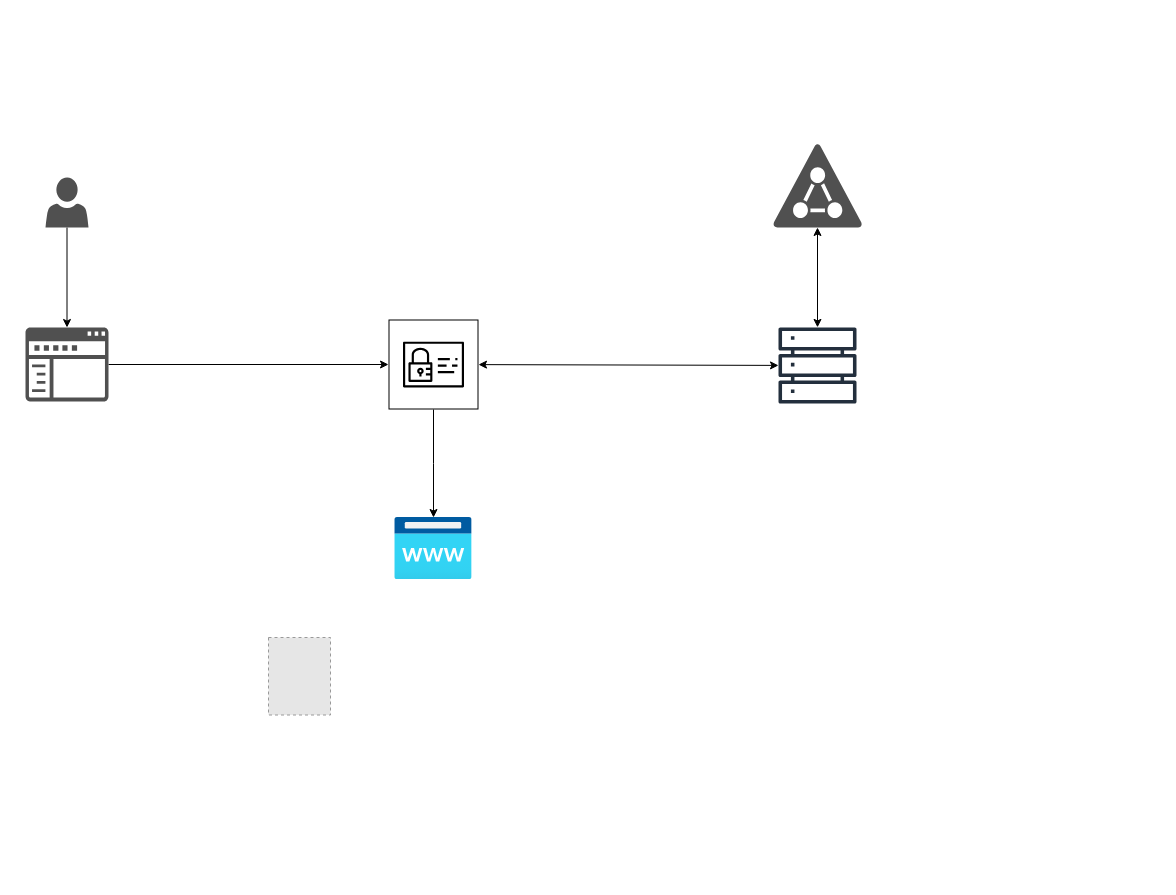
The draw.io diagram Diagrama sin título.drawio in fabianzunigarosales/diagramas, before the edit. Source tidied: cells renumbered, new cells numbered last; positions are measured from the earlier drawing's top-left corner, leaving out a move shared by most shapes. Both pictures are drawn from the tidied source at 100%, with x=0, y=0 at pixel (25, 143). Pictures stored in the file or linked from it are replaced by grey dashed boxes.
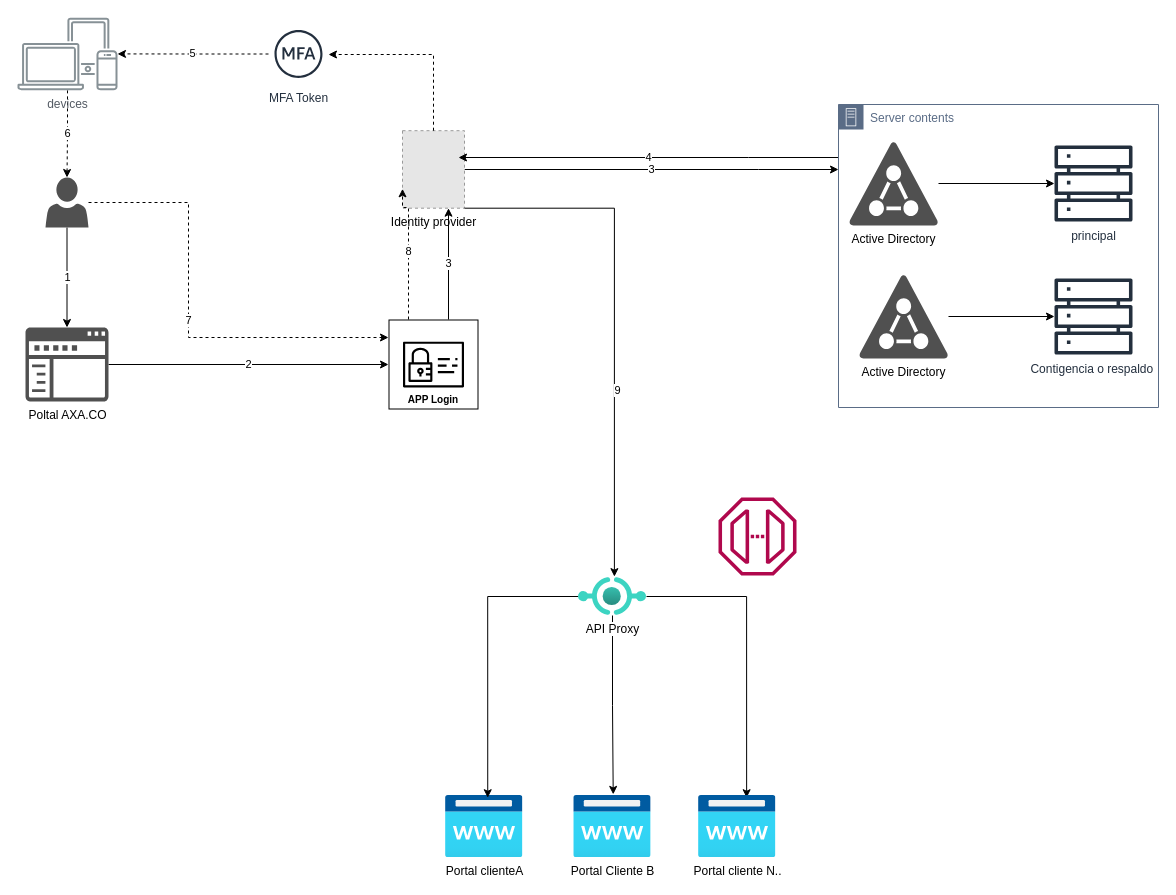
The same diagram, later.

Unchanged cells that the change refers to:
```xml
<mxCell id="6" style="sketch=0;shadow=0;dashed=0;html=1;strokeColor=none;labelPosition=center;verticalLabelPosition=bottom;verticalAlign=top;align=center;fillColor=#505050;shape=mxgraph.mscae.intune.account_portal;" parent="1" vertex="1">
  <mxGeometry x="20" y="34" width="43" height="50" as="geometry" />
</mxCell>
```

Diff of the diagram source:
```diff
@@
+    <mxCell id="14" value="3" style="edgeStyle=orthogonalEdgeStyle;rounded=0;jettySize=auto;html=1;" parent="1" edge="1" source="2" target="32">
+      <mxGeometry relative="1" as="geometry">
+        <Array as="points">
+          <mxPoint x="733" y="26" />
+          <mxPoint x="733" y="26" />
+        </Array>
+      </mxGeometry>
+    </mxCell>
+    <mxCell id="15" value="5" style="edgeStyle=orthogonalEdgeStyle;rounded=0;jettySize=auto;html=1;dashed=1;" parent="1" edge="1" source="31" target="23">
+      <mxGeometry relative="1" as="geometry" />
+    </mxCell>
-    <mxCell id="2" style="fillColor=#E6E6E6;strokeColor=#999999;dashed=1;html=1;verticalLabelPosition=bottom;labelBackgroundColor=#ffffff;verticalAlign=top;" parent="1" vertex="1">
-      <mxGeometry x="243" y="494" width="62" height="77.5" as="geometry" />
+    <mxCell id="2" value="Identity provider" style="fillColor=#E6E6E6;strokeColor=#999999;dashed=1;html=1;verticalLabelPosition=bottom;labelBackgroundColor=#ffffff;verticalAlign=top;" parent="1" vertex="1">
+      <mxGeometry x="377" y="-12.8" width="62" height="77.5" as="geometry" />
     </mxCell>
-    <mxCell id="3" style="edgeStyle=orthogonalEdgeStyle;rounded=0;jettySize=auto;html=1;" parent="1" edge="1" source="4" target="8">
+    <mxCell id="3" value="2" style="edgeStyle=orthogonalEdgeStyle;rounded=0;jettySize=auto;html=1;" parent="1" edge="1" source="4" target="8">
       <mxGeometry relative="1" as="geometry" />
     </mxCell>
-    <mxCell id="4" style="sketch=0;shadow=0;dashed=0;html=1;strokeColor=none;labelPosition=center;verticalLabelPosition=bottom;verticalAlign=top;align=center;fillColor=#505050;shape=mxgraph.mscae.intune.company_portal;" parent="1" vertex="1">
+    <mxCell id="4" value="Poltal AXA.CO" style="sketch=0;shadow=0;dashed=0;html=1;strokeColor=none;labelPosition=center;verticalLabelPosition=bottom;verticalAlign=top;align=center;fillColor=#505050;shape=mxgraph.mscae.intune.company_portal;" parent="1" vertex="1">
       <mxGeometry y="184" width="83" height="74" as="geometry" />
     </mxCell>
-    <mxCell id="5" style="edgeStyle=orthogonalEdgeStyle;rounded=0;jettySize=auto;html=1;entryX=0.5;entryY=0;entryDx=0;entryDy=0;entryPerimeter=0;" parent="1" edge="1" source="6" target="4">
+    <mxCell id="5" value="1" style="edgeStyle=orthogonalEdgeStyle;rounded=0;jettySize=auto;html=1;entryX=0.5;entryY=0;entryDx=0;entryDy=0;entryPerimeter=0;" parent="1" edge="1" source="6" target="4">
       <mxGeometry relative="1" as="geometry" />
     </mxCell>
+    <mxCell id="16" value="7" style="edgeStyle=orthogonalEdgeStyle;rounded=0;jettySize=auto;html=1;dashed=1;" parent="1" edge="1" source="6" target="8">
+      <mxGeometry relative="1" as="geometry">
+        <Array as="points">
+          <mxPoint x="163" y="59" />
+          <mxPoint x="163" y="194" />
+        </Array>
+      </mxGeometry>
+    </mxCell>
@@
-    <mxCell id="7" style="edgeStyle=orthogonalEdgeStyle;rounded=0;jettySize=auto;html=1;" parent="1" edge="1" source="8" target="9">
-      <mxGeometry relative="1" as="geometry" />
-    </mxCell>
+    <mxCell id="17" value="3" style="edgeStyle=orthogonalEdgeStyle;rounded=0;jettySize=auto;html=1;" parent="1" edge="1" source="8" target="2">
+      <mxGeometry relative="1" as="geometry">
+        <Array as="points">
+          <mxPoint x="423" y="124" />
+          <mxPoint x="423" y="124" />
+        </Array>
+      </mxGeometry>
+    </mxCell>
+    <mxCell id="18" value="8" style="edgeStyle=orthogonalEdgeStyle;rounded=0;jettySize=auto;html=1;dashed=1;entryX=0;entryY=0.75;entryDx=0;entryDy=0;" parent="1" edge="1" source="8" target="2">
+      <mxGeometry relative="1" as="geometry">
+        <Array as="points">
+          <mxPoint x="383" y="64" />
+          <mxPoint x="377" y="64" />
+        </Array>
+      </mxGeometry>
+    </mxCell>
+    <mxCell id="19" style="edgeStyle=orthogonalEdgeStyle;rounded=0;jettySize=auto;html=1;entryX=0.528;entryY=-0.023;entryDx=0;entryDy=0;entryPerimeter=0;exitX=1;exitY=1;exitDx=0;exitDy=0;" parent="1" edge="1" source="2" target="27">
+      <mxGeometry relative="1" as="geometry">
+        <Array as="points">
+          <mxPoint x="589" y="65" />
+        </Array>
+      </mxGeometry>
+    </mxCell>
+    <mxCell id="20" value="9" style="edgeLabel;html=1;align=center;verticalAlign=middle;" parent="19" vertex="1">
+      <mxGeometry x="0.28" y="3" relative="1" as="geometry" />
+    </mxCell>
-    <mxCell id="8" style="sketch=0;outlineConnect=0;fillColor=none;dashed=0;verticalLabelPosition=middle;verticalAlign=bottom;align=center;html=1;whiteSpace=wrap;fontSize=10;fontStyle=1;spacing=3;shape=mxgraph.aws4.productIcon;prIcon=mxgraph.aws4.identity_and_access_management;" parent="1" vertex="1">
+    <mxCell id="8" value="APP Login" style="sketch=0;outlineConnect=0;fillColor=none;dashed=0;verticalLabelPosition=middle;verticalAlign=bottom;align=center;html=1;whiteSpace=wrap;fontSize=10;fontStyle=1;spacing=3;shape=mxgraph.aws4.productIcon;prIcon=mxgraph.aws4.identity_and_access_management;" parent="1" vertex="1">
       <mxGeometry x="363" y="176" width="90" height="90" as="geometry" />
     </mxCell>
-    <mxCell id="9" style="image;html=1;points=[];align=center;fontSize=12;image=img/lib/azure2/app_services/App_Service_Domains.svg;imageBackground=none;" parent="1" vertex="1">
-      <mxGeometry x="369.2" y="374" width="77.5" height="62" as="geometry" />
+    <mxCell id="9" value="Portal clienteA" style="image;html=1;points=[];align=center;fontSize=12;image=img/lib/azure2/app_services/App_Service_Domains.svg;imageBackground=none;" parent="1" vertex="1">
+      <mxGeometry x="420" y="652" width="77.5" height="62" as="geometry" />
     </mxCell>
-    <mxCell id="10" style="sketch=0;shadow=0;dashed=0;html=1;strokeColor=none;fillColor=#505050;labelPosition=center;verticalLabelPosition=bottom;verticalAlign=top;outlineConnect=0;align=center;shape=mxgraph.office.security.active_directory;" parent="1" vertex="1">
-      <mxGeometry x="747" width="90" height="84" as="geometry" />
-    </mxCell>
-    <mxCell id="11" style="sketch=0;outlineConnect=0;fontColor=#232F3E;gradientColor=none;fillColor=#232F3D;strokeColor=none;dashed=0;verticalLabelPosition=bottom;verticalAlign=top;align=center;html=1;fontSize=12;fontStyle=0;shape=mxgraph.aws4.servers;" parent="1" vertex="1">
-      <mxGeometry x="753" y="183" width="78" height="78" as="geometry" />
-    </mxCell>
-    <mxCell id="12" style="endArrow=classic;startArrow=classic;html=1;rounded=0;" parent="1" edge="1" source="11" target="10">
-      <mxGeometry relative="1" as="geometry" />
-    </mxCell>
-    <mxCell id="13" style="endArrow=classic;startArrow=classic;html=1;rounded=0;" parent="1" edge="1" source="8" target="11">
-      <mxGeometry relative="1" as="geometry" />
-    </mxCell>
+    <mxCell id="21" value="4" style="edgeStyle=orthogonalEdgeStyle;rounded=0;jettySize=auto;html=1;" parent="1" edge="1" source="32">
+      <mxGeometry relative="1" as="geometry">
+        <mxPoint x="433" y="14" as="targetPoint" />
+        <Array as="points">
+          <mxPoint x="723" y="14" />
+          <mxPoint x="723" y="14" />
+        </Array>
+      </mxGeometry>
+    </mxCell>
+    <mxCell id="22" value="6" style="edgeStyle=orthogonalEdgeStyle;rounded=0;jettySize=auto;html=1;entryX=0.5;entryY=0;entryDx=0;entryDy=0;entryPerimeter=0;dashed=1;" parent="1" edge="1" source="23" target="6">
+      <mxGeometry relative="1" as="geometry" />
+    </mxCell>
+    <mxCell id="23" value="devices" style="sketch=0;outlineConnect=0;gradientColor=none;fontColor=#545B64;strokeColor=none;fillColor=#879196;dashed=0;verticalLabelPosition=bottom;verticalAlign=top;align=center;html=1;fontSize=12;fontStyle=0;shape=mxgraph.aws4.illustration_devices;" parent="1" vertex="1">
+      <mxGeometry x="-8" y="-126" width="100" height="73" as="geometry" />
+    </mxCell>
+    <mxCell id="24" style="edgeStyle=orthogonalEdgeStyle;rounded=0;jettySize=auto;html=1;entryX=0.545;entryY=0.036;entryDx=0;entryDy=0;entryPerimeter=0;" parent="1" edge="1" source="27" target="9">
+      <mxGeometry relative="1" as="geometry" />
+    </mxCell>
+    <mxCell id="25" style="edgeStyle=orthogonalEdgeStyle;rounded=0;jettySize=auto;html=1;entryX=0.51;entryY=-0.018;entryDx=0;entryDy=0;entryPerimeter=0;" parent="1" edge="1" source="27" target="28">
+      <mxGeometry relative="1" as="geometry" />
+    </mxCell>
+    <mxCell id="26" style="edgeStyle=orthogonalEdgeStyle;rounded=0;jettySize=auto;html=1;entryX=0.621;entryY=0.036;entryDx=0;entryDy=0;entryPerimeter=0;" parent="1" edge="1" source="27" target="29">
+      <mxGeometry relative="1" as="geometry" />
+    </mxCell>
+    <mxCell id="27" value="API Proxy" style="image;html=1;points=[];align=center;fontSize=12;image=img/lib/azure2/other/API_Proxy.svg;" parent="1" vertex="1">
+      <mxGeometry x="553" y="434" width="68" height="38" as="geometry" />
+    </mxCell>
+    <mxCell id="28" value="Portal Cliente B" style="image;html=1;points=[];align=center;fontSize=12;image=img/lib/azure2/app_services/App_Service_Domains.svg;imageBackground=none;" parent="1" vertex="1">
+      <mxGeometry x="548.2" y="652" width="77.5" height="62" as="geometry" />
+    </mxCell>
+    <mxCell id="29" value="Portal cliente N.." style="image;html=1;points=[];align=center;fontSize=12;image=img/lib/azure2/app_services/App_Service_Domains.svg;imageBackground=none;" parent="1" vertex="1">
+      <mxGeometry x="673" y="652" width="77.5" height="62" as="geometry" />
+    </mxCell>
+    <mxCell id="30" style="edgeStyle=orthogonalEdgeStyle;rounded=0;jettySize=auto;html=1;dashed=1;" parent="1" edge="1" source="2" target="31">
+      <mxGeometry relative="1" as="geometry">
+        <Array as="points">
+          <mxPoint x="408" y="-89" />
+        </Array>
+      </mxGeometry>
+    </mxCell>
+    <mxCell id="31" value="MFA Token" style="sketch=0;outlineConnect=0;fontColor=#232F3E;gradientColor=none;strokeColor=#232F3E;fillColor=none;dashed=0;verticalLabelPosition=bottom;verticalAlign=top;align=center;html=1;fontSize=12;fontStyle=0;shape=mxgraph.aws4.resourceIcon;resIcon=mxgraph.aws4.mfa_token;" parent="1" vertex="1">
+      <mxGeometry x="243" y="-119.5" width="60" height="60" as="geometry" />
+    </mxCell>
+    <mxCell id="32" value="Server contents" style="points=[[0,0],[0.25,0],[0.5,0],[0.75,0],[1,0],[1,0.25],[1,0.5],[1,0.75],[1,1],[0.75,1],[0.5,1],[0.25,1],[0,1],[0,0.75],[0,0.5],[0,0.25]];outlineConnect=0;gradientColor=none;html=1;whiteSpace=wrap;fontSize=12;fontStyle=0;shape=mxgraph.aws4.group;grIcon=mxgraph.aws4.group_on_premise;strokeColor=#5A6C86;fillColor=none;verticalAlign=top;align=left;spacingLeft=30;fontColor=#5A6C86;dashed=0;" parent="1" vertex="1">
+      <mxGeometry x="813" y="-39" width="320" height="303" as="geometry" />
+    </mxCell>
+    <mxCell id="33" value="Contigencia o respaldo&amp;nbsp;" style="sketch=0;outlineConnect=0;fontColor=#232F3E;gradientColor=none;fillColor=#232F3D;strokeColor=none;dashed=0;verticalLabelPosition=bottom;verticalAlign=top;align=center;html=1;fontSize=12;fontStyle=0;shape=mxgraph.aws4.servers;" parent="32" vertex="1">
+      <mxGeometry x="216" y="173" width="78" height="78" as="geometry" />
+    </mxCell>
+    <mxCell id="34" value="principal" style="sketch=0;outlineConnect=0;fontColor=#232F3E;gradientColor=none;fillColor=#232F3D;strokeColor=none;dashed=0;verticalLabelPosition=bottom;verticalAlign=top;align=center;html=1;fontSize=12;fontStyle=0;shape=mxgraph.aws4.servers;" parent="32" vertex="1">
+      <mxGeometry x="216" y="40" width="78" height="78" as="geometry" />
+    </mxCell>
+    <mxCell id="35" value="Active Directory" style="sketch=0;shadow=0;dashed=0;html=1;strokeColor=none;fillColor=#505050;labelPosition=center;verticalLabelPosition=bottom;verticalAlign=top;outlineConnect=0;align=center;shape=mxgraph.office.security.active_directory;" parent="32" vertex="1">
+      <mxGeometry x="10" y="37" width="90" height="84" as="geometry" />
+    </mxCell>
+    <mxCell id="36" style="edgeStyle=orthogonalEdgeStyle;rounded=0;jettySize=auto;html=1;" parent="32" edge="1" source="35" target="34">
+      <mxGeometry relative="1" as="geometry" />
+    </mxCell>
+    <mxCell id="37" style="edgeStyle=orthogonalEdgeStyle;rounded=0;jettySize=auto;html=1;" parent="32" edge="1" source="38" target="33">
+      <mxGeometry relative="1" as="geometry" />
+    </mxCell>
+    <mxCell id="38" value="Active Directory" style="sketch=0;shadow=0;dashed=0;html=1;strokeColor=none;fillColor=#505050;labelPosition=center;verticalLabelPosition=bottom;verticalAlign=top;outlineConnect=0;align=center;shape=mxgraph.office.security.active_directory;" parent="32" vertex="1">
+      <mxGeometry x="20" y="170" width="90" height="84" as="geometry" />
+    </mxCell>
+    <mxCell id="39" style="sketch=0;fontColor=#232F3E;gradientColor=none;fillColor=#B0084D;strokeColor=none;dashed=0;verticalLabelPosition=bottom;verticalAlign=top;align=center;html=1;fontSize=12;fontStyle=0;shape=mxgraph.aws4.endpoint;" parent="1" vertex="1">
+      <mxGeometry x="693" y="354" width="78" height="78" as="geometry" />
+    </mxCell>
```
